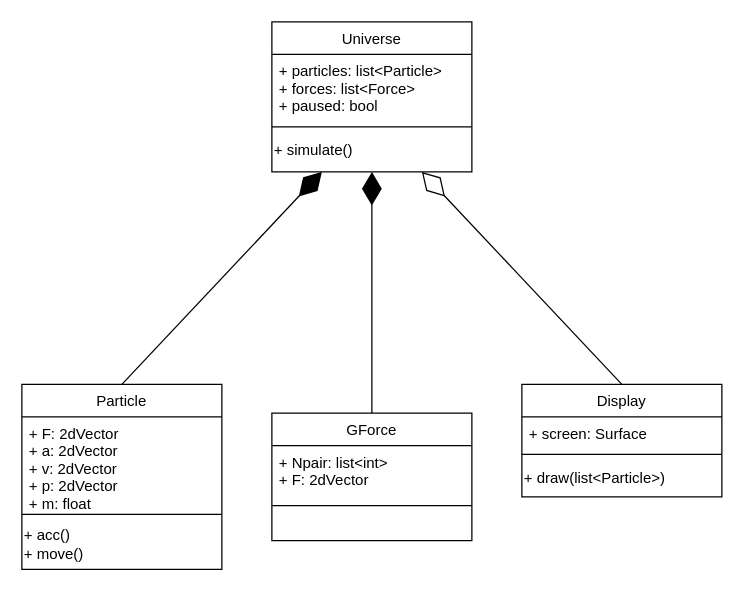
The draw.io diagram Class Diagram.drawio in RobJHill2/GravSim, before the edit. Source tidied: cells renumbered, new cells numbered last; positions are measured from the earlier drawing's top-left corner, leaving out a move shared by most shapes. Both pictures are drawn from the tidied source at 125%, with x=0, y=0 at pixel (21, 21).
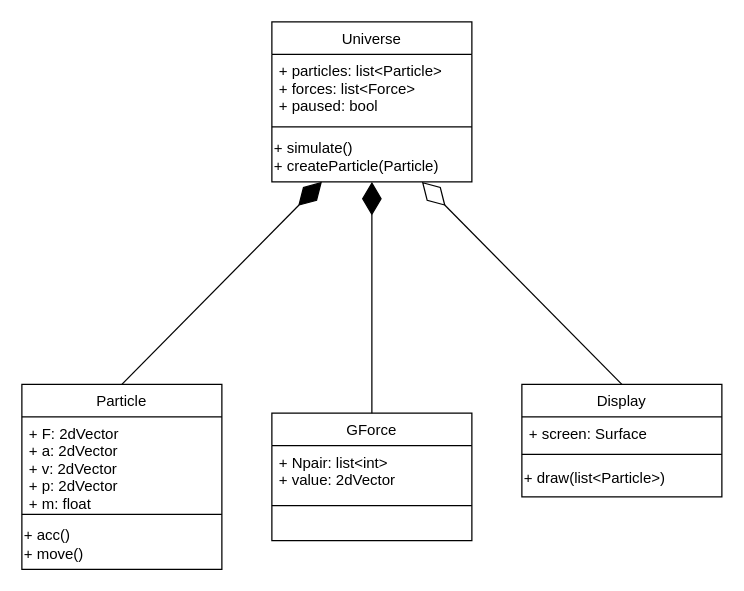
After the change.

The change refers to these unchanged cells:
```xml
<mxCell id="16" value="&lt;span style=&quot;font-weight: normal;&quot;&gt;GForce&lt;/span&gt;" style="swimlane;fontStyle=1;align=center;verticalAlign=top;horizontal=1;startSize=26;whiteSpace=wrap;html=1;" parent="1" vertex="1">
  <mxGeometry x="200" y="313" width="160" height="102" as="geometry" />
</mxCell>
```

The edit, as a diff of the source:
```diff
@@
     <mxCell id="2" value="Universe" style="swimlane;fontStyle=0;align=center;verticalAlign=top;horizontal=1;startSize=26;rounded=0;shadow=0;strokeWidth=1;" parent="1" vertex="1">
-      <mxGeometry x="200" width="160" height="120" as="geometry" />
+      <mxGeometry x="200" width="160" height="128" as="geometry" />
     </mxCell>
@@
-    <mxCell id="5" value="+ simulate()" style="text;html=1;align=left;verticalAlign=middle;strokeColor=none;fillColor=none;" parent="2" vertex="1">
-      <mxGeometry y="88" width="160" height="30" as="geometry" />
+    <mxCell id="5" value="+ simulate()&lt;div&gt;+ createParticle(Particle)&lt;/div&gt;" style="text;html=1;align=left;verticalAlign=middle;strokeColor=none;fillColor=none;" parent="2" vertex="1">
+      <mxGeometry y="88" width="160" height="40" as="geometry" />
     </mxCell>
@@
-    <mxCell id="17" value="+ Npair: list&amp;lt;int&amp;gt;&lt;div&gt;+ F: 2dVector&lt;/div&gt;" style="text;strokeColor=none;fillColor=none;align=left;verticalAlign=top;spacingLeft=4;spacingRight=4;overflow=hidden;whiteSpace=wrap;html=1;" parent="16" vertex="1">
+    <mxCell id="17" value="+ Npair: list&amp;lt;int&amp;gt;&lt;div&gt;+ value: 2dVector&lt;/div&gt;" style="text;strokeColor=none;fillColor=none;align=left;verticalAlign=top;spacingLeft=4;spacingRight=4;overflow=hidden;whiteSpace=wrap;html=1;" parent="16" vertex="1">
       <mxGeometry y="26" width="160" height="44" as="geometry" />
     </mxCell>
```
